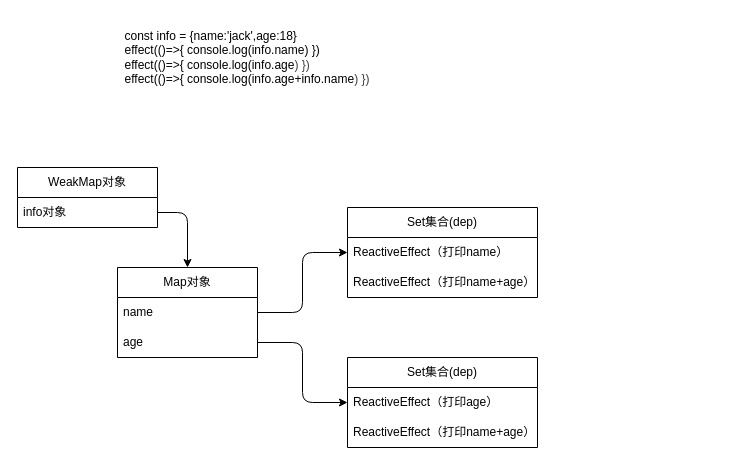
Before: packages/reactivity/src/响应式.dio in YXYH-12138/vue3-source, a draw.io diagram. Source tidied: cells renumbered, new cells numbered last; positions are measured from the earlier drawing's top-left corner, leaving out a move shared by most shapes. Both pictures are drawn from the tidied source at 100%, with x=0, y=0 at pixel (17, 17).
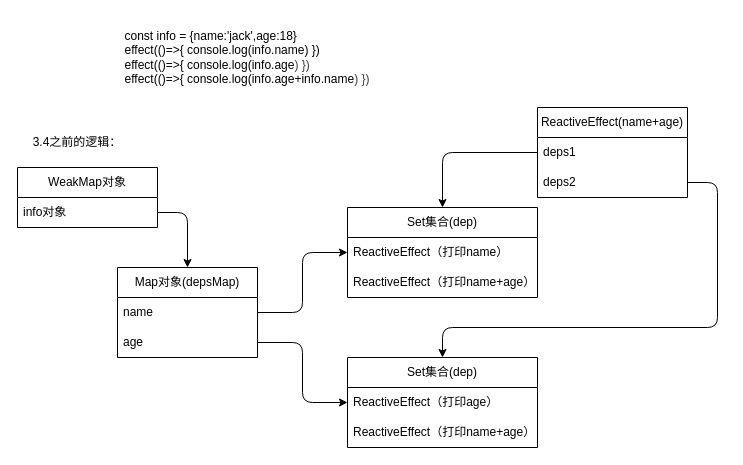
The same diagram, later.

Unchanged cells that the change refers to:
```xml
<mxCell id="9" value="Set集合(dep)" style="swimlane;fontStyle=0;horizontal=1;startSize=30;whiteSpace=wrap;html=1;" parent="1" vertex="1">
  <mxGeometry x="330" y="190" width="190" height="90" as="geometry" />
</mxCell>
<mxCell id="13" value="Set集合(dep)" style="swimlane;fontStyle=0;horizontal=1;startSize=30;whiteSpace=wrap;html=1;" parent="1" vertex="1">
  <mxGeometry x="330" y="340" width="190" height="90" as="geometry" />
</mxCell>
```

Change to the diagram source:
```diff
@@
-    <mxCell id="2" value="Map对象" style="swimlane;fontStyle=0;horizontal=1;startSize=30;whiteSpace=wrap;html=1;" parent="1" vertex="1">
+    <mxCell id="2" value="Map对象(depsMap)" style="swimlane;fontStyle=0;horizontal=1;startSize=30;whiteSpace=wrap;html=1;" parent="1" vertex="1">
       <mxGeometry x="100" y="250" width="140" height="90" as="geometry" />
     </mxCell>
@@
+    <mxCell id="17" value="&lt;span style=&quot;color: rgb(0, 0, 0);&quot;&gt;ReactiveEffect(name+age)&lt;/span&gt;" style="swimlane;fontStyle=0;horizontal=1;startSize=30;whiteSpace=wrap;html=1;" parent="1" vertex="1">
+      <mxGeometry x="520" y="90" width="150" height="90" as="geometry" />
+    </mxCell>
+    <mxCell id="18" value="deps1" style="text;strokeColor=none;fillColor=none;align=left;verticalAlign=middle;spacingLeft=4;spacingRight=4;overflow=hidden;points=[[0,0.5],[1,0.5]];portConstraint=eastwest;whiteSpace=wrap;html=1;" parent="17" vertex="1">
+      <mxGeometry y="30" width="150" height="30" as="geometry" />
+    </mxCell>
+    <mxCell id="19" value="deps2" style="text;strokeColor=none;fillColor=none;align=left;verticalAlign=middle;spacingLeft=4;spacingRight=4;overflow=hidden;points=[[0,0.5],[1,0.5]];portConstraint=eastwest;whiteSpace=wrap;html=1;" parent="17" vertex="1">
+      <mxGeometry y="60" width="150" height="30" as="geometry" />
+    </mxCell>
+    <mxCell id="20" style="edgeStyle=orthogonalEdgeStyle;html=1;exitX=0;exitY=0.5;exitDx=0;exitDy=0;entryX=0.5;entryY=0;entryDx=0;entryDy=0;" parent="1" edge="1" source="18" target="9">
+      <mxGeometry relative="1" as="geometry" />
+    </mxCell>
+    <mxCell id="21" style="edgeStyle=orthogonalEdgeStyle;html=1;exitX=1;exitY=0.5;exitDx=0;exitDy=0;entryX=0.5;entryY=0;entryDx=0;entryDy=0;" parent="1" edge="1" source="19" target="13">
+      <mxGeometry relative="1" as="geometry">
+        <Array as="points">
+          <mxPoint x="700" y="165" />
+          <mxPoint x="700" y="310" />
+          <mxPoint x="425" y="310" />
+        </Array>
+      </mxGeometry>
+    </mxCell>
+    <mxCell id="22" value="3.4之前的逻辑：" style="text;html=1;align=center;verticalAlign=middle;whiteSpace=wrap;rounded=0;" parent="1" vertex="1">
+      <mxGeometry x="10" y="110" width="100" height="30" as="geometry" />
+    </mxCell>
```
